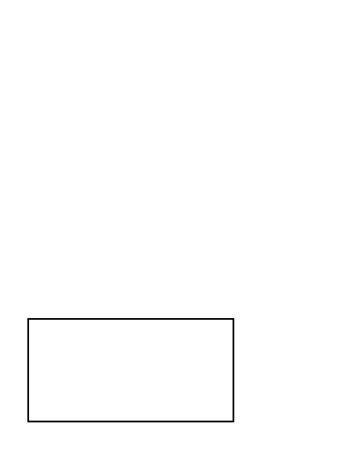
Earlier version of the draw.io diagram 未命名绘图.drawio (zmrbak/DrawIODemo). Source tidied: cells renumbered, new cells numbered last; positions are measured from the earlier drawing's top-left corner, leaving out a move shared by most shapes. Both pictures are drawn from the tidied source at 171%, with x=0, y=0 at pixel (27, 318).
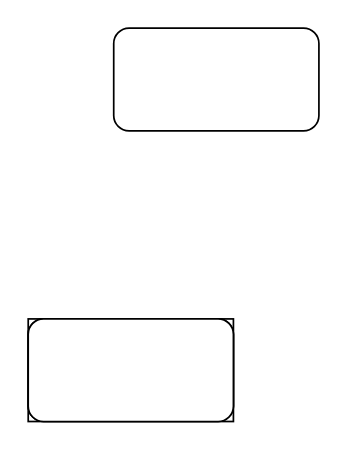
Above is the later version.

Commit message (it also covers changes not shown here):
更新未命名绘图.drawio

What changed in the source:
```diff
@@
 <mxGraphModel>
   <root>
     <mxCell id="0" />
     <mxCell id="1" parent="0" />
     <mxCell id="2" style="rounded=0;whiteSpace=wrap;html=1;" parent="1" vertex="1">
       <mxGeometry width="120" height="60" as="geometry" />
     </mxCell>
+    <mxCell id="3" style="rounded=1;whiteSpace=wrap;html=1;" parent="1" vertex="1">
+      <mxGeometry width="120" height="60" as="geometry" />
+    </mxCell>
+    <mxCell id="4" style="rounded=1;whiteSpace=wrap;html=1;" parent="1" vertex="1">
+      <mxGeometry width="120" height="60" as="geometry" />
+    </mxCell>
+    <mxCell id="5" style="rounded=1;whiteSpace=wrap;html=1;" parent="1" vertex="1">
+      <mxGeometry x="50" y="-170" width="120" height="60" as="geometry" />
+    </mxCell>
   </root>
 </mxGraphModel>
```
